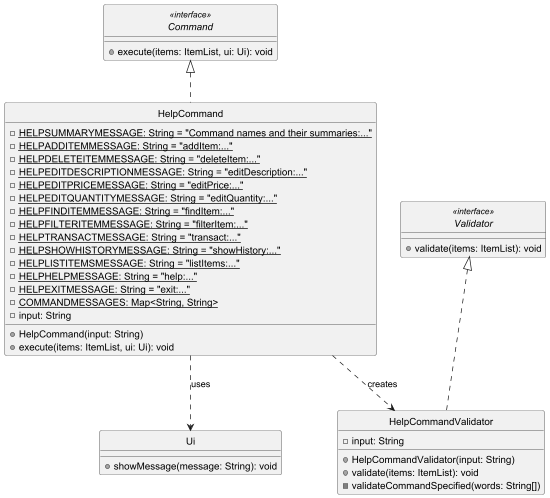
Above: docs/diagrams/HelpCommandClassDiagram.png in adbsw/tp (PlantUML), before the change.
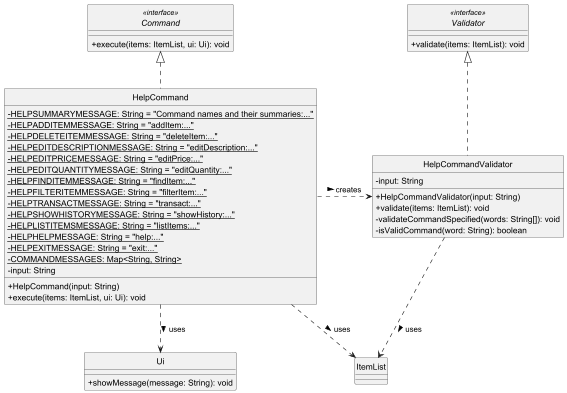
After the commit.

What changed in the source:
```diff
@@ -1,6 +1,7 @@
 @startuml
 skinparam monochrome true
 skinparam shadowing false
+skinparam classAttributeIconSize 0
 hide circle
 
 interface Command <<interface>> {
@@ -35,8 +36,11 @@
     - input: String
     + HelpCommandValidator(input: String)
     + validate(items: ItemList): void
-    - validateCommandSpecified(words: String[])
+    - validateCommandSpecified(words: String[]): void
+    - isValidCommand(word: String): boolean
 }
+
+class ItemList
 
 class Ui {
     + showMessage(message: String): void
@@ -45,7 +49,10 @@
 Command <|.. HelpCommand
 Validator <|.. HelpCommandValidator
 
-HelpCommand ..> HelpCommandValidator : creates
-HelpCommand ..> Ui : uses
+HelpCommand .right.> HelpCommandValidator : creates >
+HelpCommand ..> Ui : uses >
+HelpCommand ..> ItemList : uses >
+
+HelpCommandValidator ..> ItemList : uses >
 
 @enduml
```
